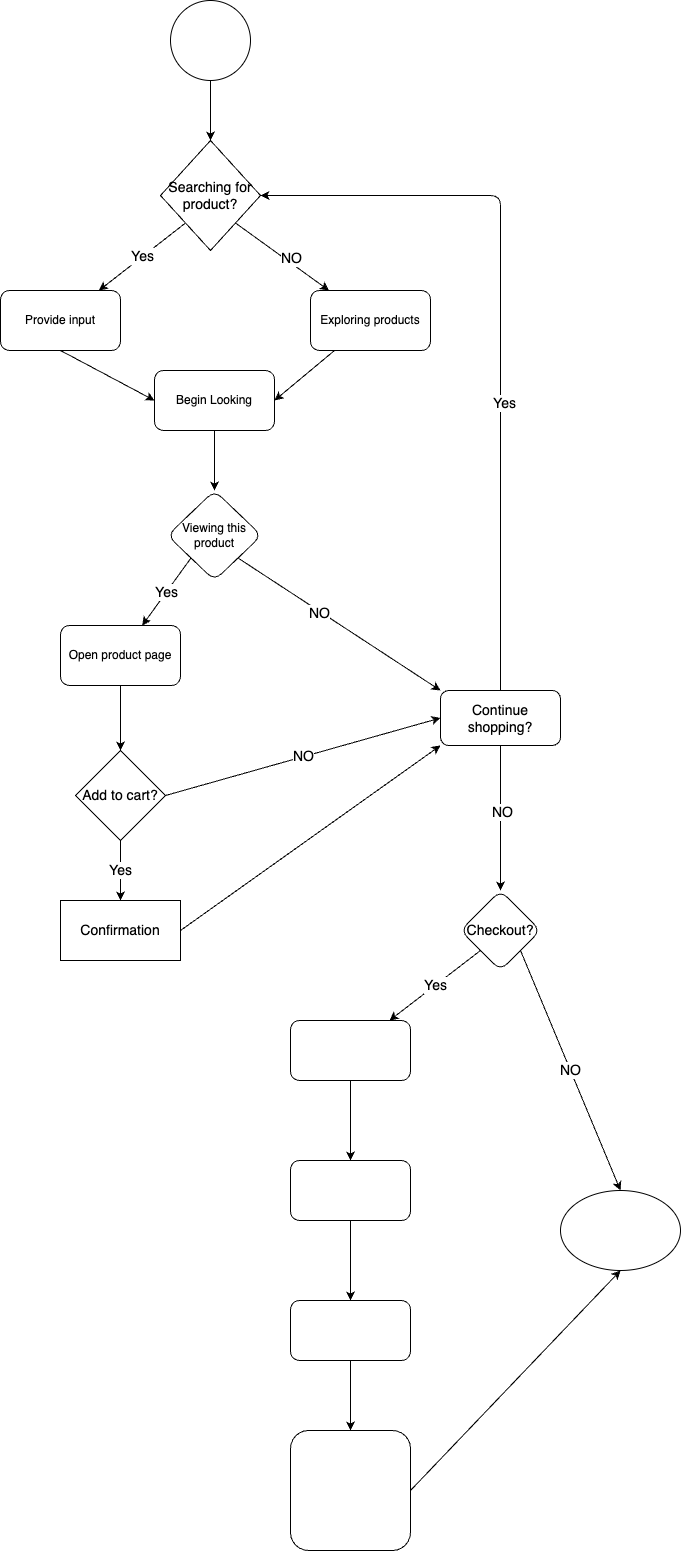
The draw.io diagram explore/diagramming/diagram.drawio.png in Tianshi-Gong/sp24-cse110-lab4, before a commit. Source tidied: cells renumbered, new cells last; positions are measured from the earlier drawing's top-left corner, leaving out a move shared by most shapes.
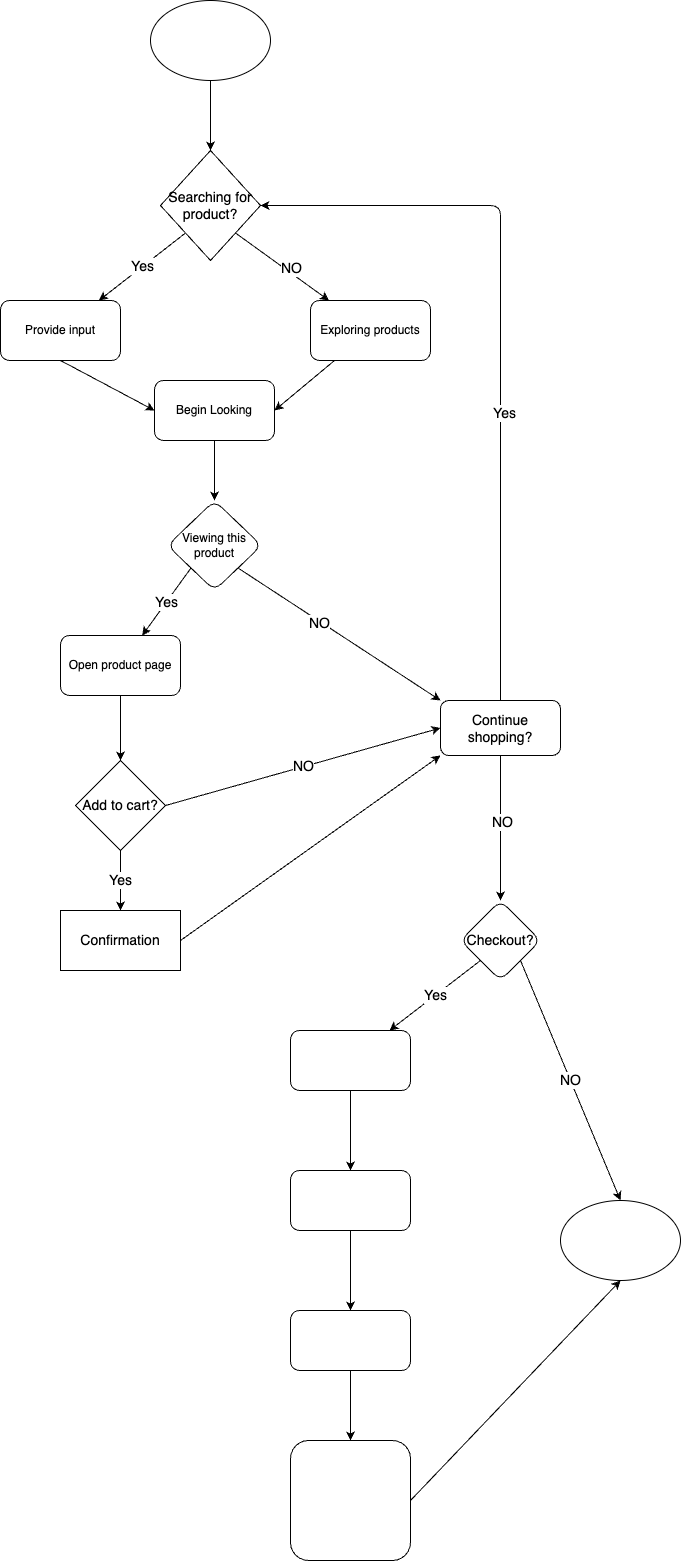
After the change.

What changed in the source:
```diff
@@ -2,7 +2,7 @@
   <root>
     <mxCell id="0" />
     <mxCell id="1" parent="0" />
-    <mxCell id="2" style="edgeStyle=none;html=1;fontSize=14;entryX=0.5;entryY=0;entryDx=0;entryDy=0;exitX=0.5;exitY=1;exitDx=0;exitDy=0;" parent="1" edge="1" source="40" target="28">
+    <mxCell id="2" style="edgeStyle=none;html=1;fontSize=14;entryX=0.5;entryY=0;entryDx=0;entryDy=0;exitX=0.5;exitY=1;exitDx=0;exitDy=0;" parent="1" edge="1" source="42" target="28">
       <mxGeometry relative="1" as="geometry" />
     </mxCell>
     <mxCell id="3" style="edgeStyle=none;html=1;fontSize=14;exitX=1;exitY=1;exitDx=0;exitDy=0;" parent="1" edge="1" source="28" target="7">
@@ -120,11 +120,11 @@
     <mxCell id="39" value="&lt;span style=&quot;caret-color: rgb(0, 0, 0); font-family: &amp;quot;Lato Extended&amp;quot;, Lato, &amp;quot;Helvetica Neue&amp;quot;, Helvetica, Arial, sans-serif; font-size: 16px; text-align: left; text-size-adjust: auto;&quot;&gt;&lt;font style=&quot;&quot; color=&quot;#ffffff&quot;&gt;order confirmation screen&lt;br&gt;and recieve an email&lt;br&gt;&lt;/font&gt;&lt;/span&gt;" style="whiteSpace=wrap;html=1;fontSize=14;rounded=1;" parent="1" vertex="1">
       <mxGeometry x="290" y="1430" width="120" height="120" as="geometry" />
     </mxCell>
-    <mxCell id="40" value="Enter Website" style="ellipse;whiteSpace=wrap;html=1;labelBackgroundColor=none;fontSize=14;fontColor=#FFFFFF;" parent="1" vertex="1">
-      <mxGeometry x="170" width="80" height="80" as="geometry" />
-    </mxCell>
     <mxCell id="41" value="Leave website" style="ellipse;whiteSpace=wrap;html=1;labelBackgroundColor=none;fontSize=14;fontColor=#FFFFFF;" parent="1" vertex="1">
       <mxGeometry x="560" y="1190" width="120" height="80" as="geometry" />
     </mxCell>
+    <mxCell id="42" value="Enter website" style="ellipse;whiteSpace=wrap;html=1;labelBackgroundColor=none;fontSize=14;fontColor=#FFFFFF;gradientColor=none;" parent="1" vertex="1">
+      <mxGeometry x="150" y="-10" width="120" height="80" as="geometry" />
+    </mxCell>
   </root>
 </mxGraphModel>
```
